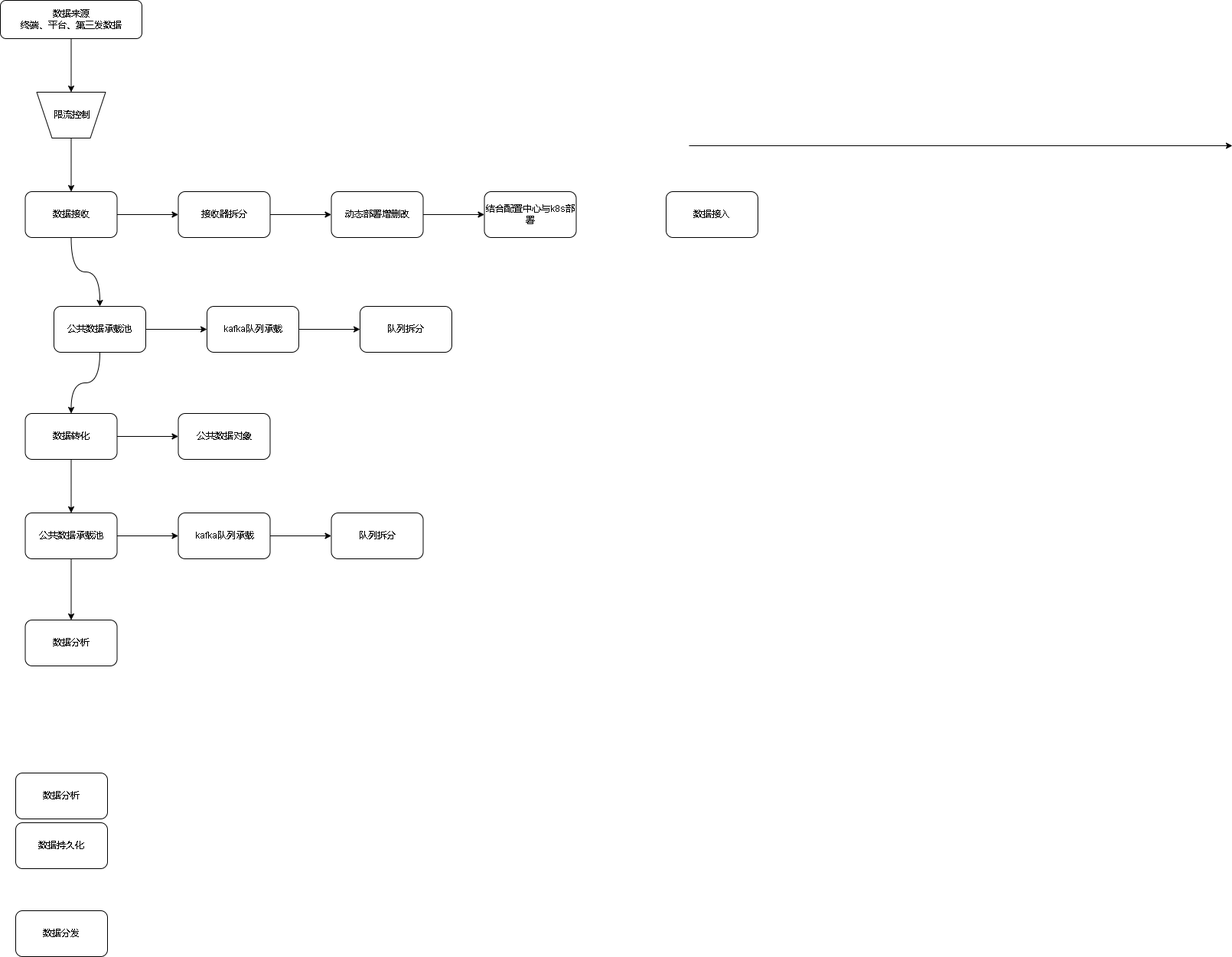
This is 808后台架构.drawio.png from xktder/draw, a draw.io export, as it was before one commit. Source tidied: cells renumbered, new cells last; positions are measured from the earlier drawing's top-left corner, leaving out a move shared by most shapes.
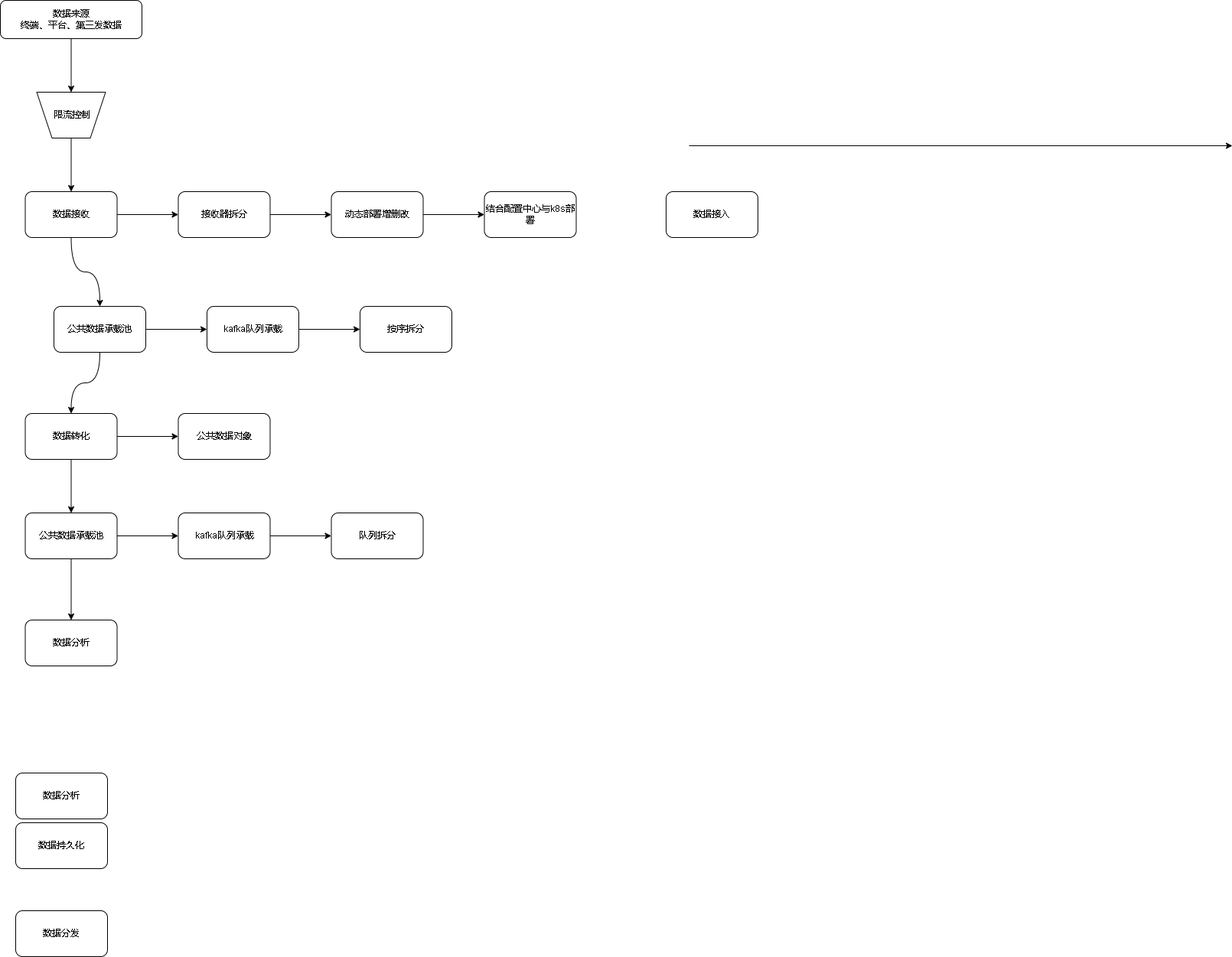
Above is the later version.

Commit message:
更新808后台架构.drawio.png

What changed in the source:
```diff
@@ -107,7 +107,7 @@
     <mxCell id="35" value="kafka队列承载" style="whiteSpace=wrap;html=1;rounded=1;" parent="1" vertex="1">
       <mxGeometry x="270" y="400" width="120" height="60" as="geometry" />
     </mxCell>
-    <mxCell id="36" value="队列拆分" style="whiteSpace=wrap;html=1;rounded=1;" parent="1" vertex="1">
+    <mxCell id="36" value="按序拆分" style="whiteSpace=wrap;html=1;rounded=1;" parent="1" vertex="1">
       <mxGeometry x="470" y="400" width="120" height="60" as="geometry" />
     </mxCell>
   </root>
```
